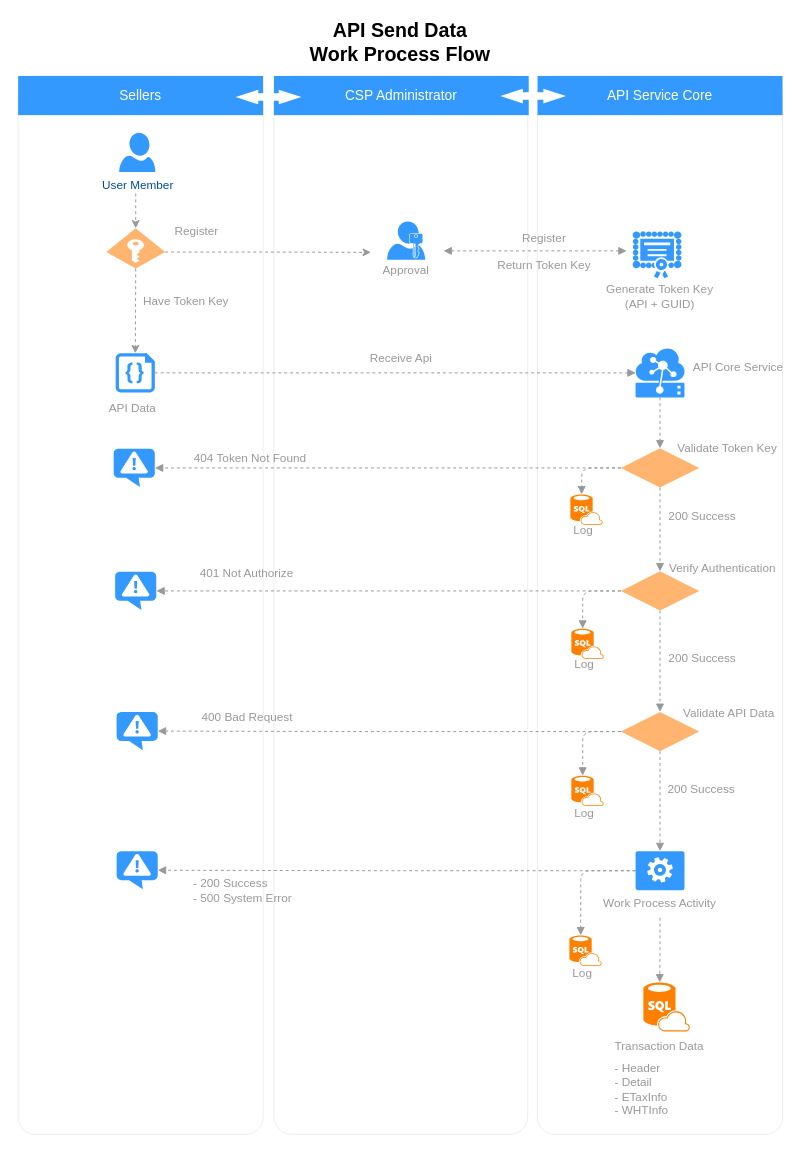
nirawat/eTax keeps this draw.io diagram as API Send Workflow.drawio. Above is the earlier version. Source tidied: cells renumbered, new cells numbered last; positions are measured from the earlier drawing's top-left corner, leaving out a move shared by most shapes. Both pictures are drawn from the tidied source at 98%, with x=0, y=0 at pixel (18, 17).
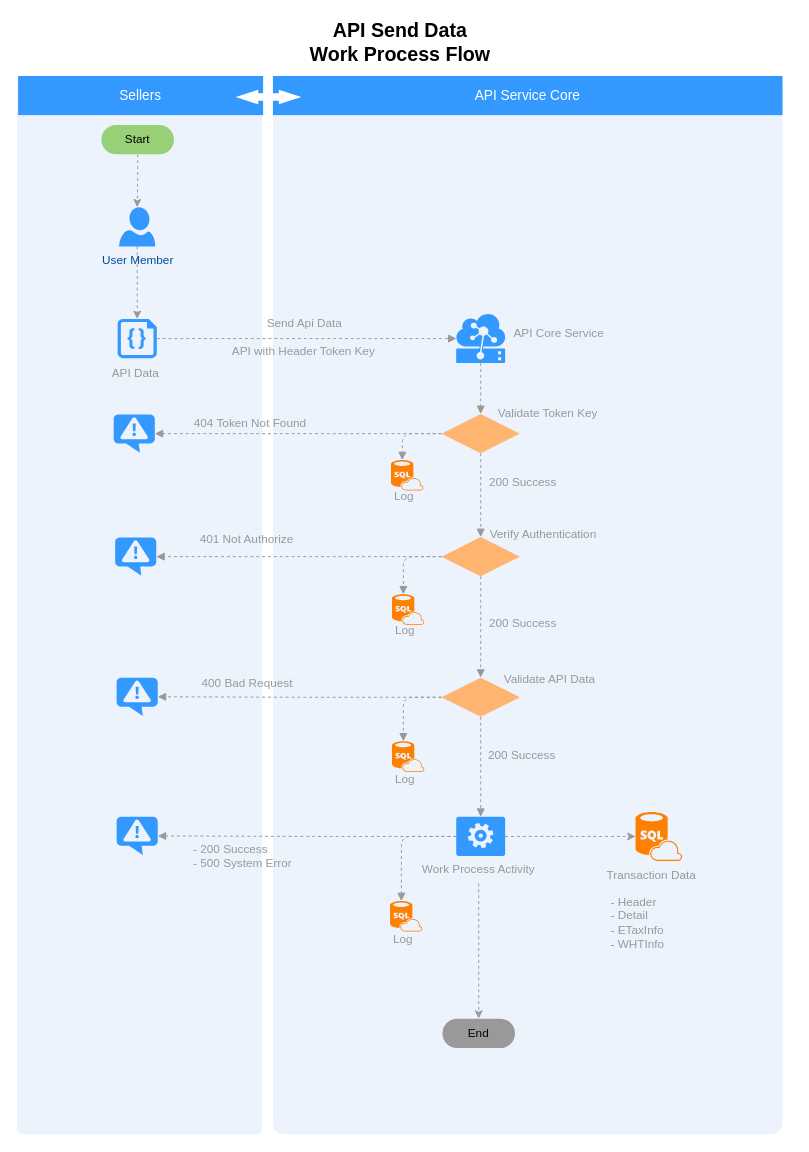
Above is the later version.

Change to the diagram source:
```diff
@@
-    <mxCell id="2" style="rounded=1;whiteSpace=wrap;html=1;strokeColor=#E6E6E6;strokeWidth=1;fillColor=#FFFFFF;fontFamily=Helvetica;fontSize=14;fontColor=#FFB366;opacity=75;verticalAlign=top;fontStyle=1;arcSize=7;" parent="1" vertex="1">
-      <mxGeometry x="530" y="60" width="250" height="1080" as="geometry" />
-    </mxCell>
-    <mxCell id="3" style="rounded=1;whiteSpace=wrap;html=1;strokeColor=#E6E6E6;strokeWidth=1;fillColor=#FFFFFF;fontFamily=Helvetica;fontSize=14;fontColor=#FFB366;opacity=75;verticalAlign=top;fontStyle=1;arcSize=7;" parent="1" vertex="1">
-      <mxGeometry x="261" y="60" width="259" height="1080" as="geometry" />
-    </mxCell>
-    <mxCell id="4" style="rounded=1;whiteSpace=wrap;html=1;strokeColor=#E6E6E6;strokeWidth=1;fillColor=#FFFFFF;fontFamily=Helvetica;fontSize=14;fontColor=#FFB366;opacity=75;verticalAlign=top;fontStyle=1;arcSize=7;" parent="1" vertex="1">
-      <mxGeometry y="60" width="250" height="1080" as="geometry" />
-    </mxCell>
+    <mxCell id="84" style="rounded=1;whiteSpace=wrap;html=1;strokeColor=none;strokeWidth=1;fillColor=#dae8fc;fontSize=12;align=center;arcSize=2;opacity=50;" parent="1" vertex="1">
+      <mxGeometry x="-1" y="60" width="250" height="1080" as="geometry" />
+    </mxCell>
+    <mxCell id="85" style="rounded=1;whiteSpace=wrap;html=1;strokeColor=none;strokeWidth=1;fillColor=#dae8fc;fontSize=12;align=center;arcSize=2;opacity=50;" parent="1" vertex="1">
+      <mxGeometry x="260" y="60" width="520" height="1080" as="geometry" />
+    </mxCell>
@@
-    <mxCell id="6" value="CSP Administrator" style="whiteSpace=wrap;html=1;dashed=1;strokeColor=none;strokeWidth=2;fillColor=#3399FF;fontFamily=Helvetica;fontSize=14;fontColor=#FFFFFF;fontStyle=0;" parent="1" vertex="1">
-      <mxGeometry x="261" y="60" width="260" height="40" as="geometry" />
-    </mxCell>
     <mxCell id="7" value="API Service Core" style="whiteSpace=wrap;html=1;dashed=1;strokeColor=none;strokeWidth=2;fillColor=#3399FF;fontFamily=Helvetica;fontSize=14;fontColor=#FFFFFF;fontStyle=0;" parent="1" vertex="1">
-      <mxGeometry x="530" y="60" width="250" height="40" as="geometry" />
+      <mxGeometry x="260" y="60" width="520" height="40" as="geometry" />
     </mxCell>
-    <mxCell id="8" style="shape=mxgraph.arrows.two_way_arrow_horizontal;html=1;verticalLabelPosition=bottom;verticalAlign=top;strokeWidth=2;strokeColor=none;dashed=1;fillColor=#FFFFFF;fontFamily=Verdana;fontSize=12;fontColor=#00BEF2;" parent="1" vertex="1">
-      <mxGeometry x="492" y="73" width="67" height="15" as="geometry" />
-    </mxCell>
+    <mxCell id="86" style="edgeStyle=orthogonalEdgeStyle;rounded=0;jettySize=auto;html=1;dashed=1;strokeColor=#999999;fontColor=#FF0000;entryX=0.5;entryY=0;entryDx=0;entryDy=0;entryPerimeter=0;" parent="1" edge="1" source="9" target="28">
+      <mxGeometry relative="1" as="geometry" />
+    </mxCell>
     <mxCell id="9" value="User Member" style="verticalLabelPosition=bottom;html=1;verticalAlign=top;strokeColor=none;fillColor=#3399FF;shape=mxgraph.azure.user;dashed=1;fontSize=12;fontColor=#004C99;" parent="1" vertex="1">
-      <mxGeometry x="103" y="118" width="37" height="40" as="geometry" />
+      <mxGeometry x="103" y="194" width="37" height="40" as="geometry" />
     </mxCell>
@@
-    <mxCell id="12" style="edgeStyle=orthogonalEdgeStyle;rounded=0;jettySize=auto;html=1;exitX=1;exitY=0.59;exitDx=0;exitDy=0;exitPerimeter=0;fontSize=14;strokeColor=#999999;dashed=1;" parent="1" edge="1" source="13">
-      <mxGeometry relative="1" as="geometry">
-        <mxPoint x="360" y="240" as="targetPoint" />
-      </mxGeometry>
-    </mxCell>
-    <mxCell id="13" style="shadow=0;dashed=0;html=1;strokeColor=none;fillColor=#FFB570;labelPosition=center;verticalLabelPosition=bottom;verticalAlign=top;align=center;shape=mxgraph.azure.access_control;fontSize=14;" parent="1" vertex="1">
-      <mxGeometry x="90" y="215.5" width="60" height="41" as="geometry" />
-    </mxCell>
-    <mxCell id="14" style="group;" parent="1" vertex="1">
-      <mxGeometry x="336" y="208.5" width="120" height="60.5" as="geometry" />
-    </mxCell>
-    <mxCell id="15" style="shadow=0;dashed=0;html=1;strokeColor=none;labelPosition=center;verticalLabelPosition=bottom;verticalAlign=top;align=center;shape=mxgraph.mscae.enterprise.user_permissions;fillColor=#3399FF;fontSize=14;" parent="14" vertex="1">
-      <mxGeometry x="40.5" width="39" height="39" as="geometry" />
-    </mxCell>
-    <mxCell id="16" value="&lt;font color=&quot;#999999&quot; style=&quot;font-size: 12px&quot;&gt;Approval&lt;/font&gt;" style="text;html=1;strokeColor=none;fillColor=none;align=center;verticalAlign=middle;whiteSpace=wrap;rounded=0;fontSize=12;" parent="14" vertex="1">
-      <mxGeometry y="40.5" width="120" height="20" as="geometry" />
-    </mxCell>
-    <mxCell id="17" style="edgeStyle=orthogonalEdgeStyle;rounded=0;orthogonalLoop=1;jettySize=auto;html=1;entryX=0;entryY=0.45;entryDx=0;entryDy=0;entryPerimeter=0;strokeColor=#999999;fontSize=14;endArrow=block;endFill=1;startArrow=block;startFill=1;dashed=1;" parent="1" edge="1">
-      <mxGeometry relative="1" as="geometry">
-        <mxPoint x="434" y="238.5" as="sourcePoint" />
-        <mxPoint x="621" y="238.5" as="targetPoint" />
-      </mxGeometry>
-    </mxCell>
-    <mxCell id="18" value="Return Token Key" style="text;html=1;strokeColor=none;fillColor=none;align=center;verticalAlign=middle;whiteSpace=wrap;rounded=0;fontSize=12;fontColor=#999999;" parent="1" vertex="1">
-      <mxGeometry x="480" y="242.5" width="114" height="20" as="geometry" />
-    </mxCell>
-    <mxCell id="19" value="Register" style="text;html=1;strokeColor=none;fillColor=none;align=center;verticalAlign=middle;whiteSpace=wrap;rounded=0;fontSize=12;fontColor=#999999;" parent="1" vertex="1">
-      <mxGeometry x="480" y="215.5" width="114" height="20" as="geometry" />
-    </mxCell>
-    <mxCell id="20" style="group;" parent="1" vertex="1">
-      <mxGeometry x="598" y="218.5" width="114" height="81" as="geometry" />
-    </mxCell>
-    <mxCell id="21" style="shadow=0;dashed=0;html=1;strokeColor=none;labelPosition=center;verticalLabelPosition=bottom;verticalAlign=top;align=center;shape=mxgraph.mscae.intune.inventory_license;fillColor=#3399FF;fontSize=14;" parent="20" vertex="1">
-      <mxGeometry x="29" width="50" height="48" as="geometry" />
-    </mxCell>
-    <mxCell id="22" value="Generate Token Key&lt;br&gt;(API + GUID)&lt;br&gt;" style="text;html=1;strokeColor=none;fillColor=none;align=center;verticalAlign=middle;whiteSpace=wrap;rounded=0;fontSize=12;fontColor=#999999;" parent="20" vertex="1">
-      <mxGeometry y="51" width="114" height="30" as="geometry" />
-    </mxCell>
-    <mxCell id="23" value="Register" style="text;html=1;strokeColor=none;fillColor=none;align=left;verticalAlign=middle;whiteSpace=wrap;rounded=0;fontSize=12;fontColor=#999999;" parent="1" vertex="1">
-      <mxGeometry x="157.5" y="208.5" width="114" height="20" as="geometry" />
-    </mxCell>
-    <mxCell id="24" style="endArrow=classic;html=1;strokeColor=#999999;fontSize=12;fontColor=#999999;entryX=0.5;entryY=0;entryDx=0;entryDy=0;entryPerimeter=0;dashed=1;" parent="1" edge="1" target="13">
-      <mxGeometry relative="1" as="geometry">
-        <mxPoint x="120" y="180" as="sourcePoint" />
-      </mxGeometry>
-    </mxCell>
-    <mxCell id="25" style="endArrow=classic;html=1;strokeColor=#999999;fontSize=12;fontColor=#999999;exitX=0.5;exitY=1;exitDx=0;exitDy=0;exitPerimeter=0;dashed=1;" parent="1" edge="1" source="13" target="28">
-      <mxGeometry relative="1" as="geometry" />
-    </mxCell>
     <mxCell id="26" style="group;" parent="1" vertex="1">
-      <mxGeometry x="86.5" y="323" width="67" height="86" as="geometry" />
+      <mxGeometry x="86.5" y="288" width="67" height="86" as="geometry" />
     </mxCell>
     <mxCell id="27" value="API Data" style="text;html=1;strokeColor=none;fillColor=none;align=left;verticalAlign=middle;whiteSpace=wrap;rounded=0;fontSize=12;fontColor=#999999;rotation=0;" parent="26" vertex="1">
-      <mxGeometry x="4" y="66" width="67" height="20" as="geometry" />
+      <mxGeometry x="7" y="66" width="67" height="20" as="geometry" />
     </mxCell>
     <mxCell id="28" style="verticalLabelPosition=bottom;html=1;verticalAlign=top;align=center;strokeColor=none;fillColor=#3399FF;shape=mxgraph.azure.code_file;fontSize=12;fontColor=#999999;" parent="26" vertex="1">
-      <mxGeometry x="13" y="20" width="40" height="40" as="geometry" />
+      <mxGeometry x="15" y="20" width="40" height="40" as="geometry" />
     </mxCell>
@@
     <mxCell id="30" style="shadow=0;dashed=0;html=1;strokeColor=none;labelPosition=center;verticalLabelPosition=bottom;verticalAlign=top;align=center;shape=mxgraph.mscae.cloud.iot_edge;fillColor=#3399FF;fontSize=12;fontColor=#999999;" parent="1" vertex="1">
-      <mxGeometry x="630" y="338" width="50" height="50" as="geometry" />
+      <mxGeometry x="447" y="303" width="50" height="50" as="geometry" />
     </mxCell>
@@
-    <mxCell id="32" value="Receive Api" style="text;html=1;strokeColor=none;fillColor=none;align=center;verticalAlign=middle;whiteSpace=wrap;rounded=0;fontSize=12;fontColor=#999999;" parent="1" vertex="1">
-      <mxGeometry x="333.5" y="338" width="114" height="20" as="geometry" />
+    <mxCell id="32" value="Send Api Data" style="text;html=1;strokeColor=none;fillColor=none;align=center;verticalAlign=middle;whiteSpace=wrap;rounded=0;fontSize=12;fontColor=#999999;" parent="1" vertex="1">
+      <mxGeometry x="165" y="303" width="255" height="20" as="geometry" />
     </mxCell>
@@
     <mxCell id="36" style="rhombus;whiteSpace=wrap;html=1;strokeColor=none;strokeWidth=1;fillColor=#FFB570;fontSize=12;fontColor=#999999;align=left;" parent="1" vertex="1">
-      <mxGeometry x="615" y="565.5" width="80" height="40" as="geometry" />
+      <mxGeometry x="432" y="530.5" width="80" height="40" as="geometry" />
     </mxCell>
     <mxCell id="37" value="401 Not Authorize" style="text;html=1;strokeColor=none;fillColor=none;align=center;verticalAlign=middle;whiteSpace=wrap;rounded=0;fontSize=12;fontColor=#999999;" parent="1" vertex="1">
-      <mxGeometry x="176" y="558" width="115" height="20" as="geometry" />
+      <mxGeometry x="176" y="523" width="115" height="20" as="geometry" />
     </mxCell>
     <mxCell id="38" value="200 Success" style="text;html=1;strokeColor=none;fillColor=none;align=left;verticalAlign=middle;whiteSpace=wrap;rounded=0;fontSize=12;fontColor=#999999;" parent="1" vertex="1">
-      <mxGeometry x="662" y="643.5" width="89" height="20" as="geometry" />
+      <mxGeometry x="479" y="608.5" width="89" height="20" as="geometry" />
     </mxCell>
     <mxCell id="39" value="Verify Authentication" style="text;html=1;strokeColor=none;fillColor=none;align=center;verticalAlign=middle;whiteSpace=wrap;rounded=0;fontSize=12;fontColor=#999999;" parent="1" vertex="1">
-      <mxGeometry x="662" y="548" width="114" height="29" as="geometry" />
+      <mxGeometry x="479" y="513" width="114" height="29" as="geometry" />
     </mxCell>
     <mxCell id="40" value="Validate API Data" style="text;html=1;strokeColor=none;fillColor=none;align=left;verticalAlign=middle;whiteSpace=wrap;rounded=0;fontSize=12;fontColor=#999999;" parent="1" vertex="1">
-      <mxGeometry x="677" y="696.5" width="103" height="29" as="geometry" />
+      <mxGeometry x="494" y="661.5" width="103" height="29" as="geometry" />
     </mxCell>
@@
     <mxCell id="44" style="rhombus;whiteSpace=wrap;html=1;strokeColor=none;strokeWidth=1;fillColor=#FFB570;fontSize=12;fontColor=#999999;align=left;" parent="1" vertex="1">
-      <mxGeometry x="615" y="709" width="80" height="40" as="geometry" />
+      <mxGeometry x="432" y="674" width="80" height="40" as="geometry" />
     </mxCell>
     <mxCell id="45" value="400 Bad Request" style="text;html=1;strokeColor=none;fillColor=none;align=center;verticalAlign=middle;whiteSpace=wrap;rounded=0;fontSize=12;fontColor=#999999;" parent="1" vertex="1">
-      <mxGeometry x="177" y="705" width="114" height="20" as="geometry" />
+      <mxGeometry x="177" y="670" width="114" height="20" as="geometry" />
     </mxCell>
     <mxCell id="46" value="200 Success" style="text;html=1;strokeColor=none;fillColor=none;align=left;verticalAlign=middle;whiteSpace=wrap;rounded=0;fontSize=12;fontColor=#999999;" parent="1" vertex="1">
-      <mxGeometry x="661" y="778" width="89" height="20" as="geometry" />
+      <mxGeometry x="478" y="743" width="89" height="20" as="geometry" />
     </mxCell>
     <mxCell id="47" style="verticalLabelPosition=bottom;html=1;verticalAlign=top;align=center;strokeColor=none;fillColor=#3399FF;shape=mxgraph.azure.notification_topic;fontSize=12;fontColor=#999999;" parent="1" vertex="1">
-      <mxGeometry x="99" y="566" width="42" height="39" as="geometry" />
+      <mxGeometry x="99" y="531" width="42" height="39" as="geometry" />
     </mxCell>
     <mxCell id="48" style="verticalLabelPosition=bottom;html=1;verticalAlign=top;align=center;strokeColor=none;fillColor=#3399FF;shape=mxgraph.azure.notification_topic;fontSize=12;fontColor=#999999;" parent="1" vertex="1">
-      <mxGeometry x="100.5" y="709" width="42" height="39" as="geometry" />
+      <mxGeometry x="100.5" y="674" width="42" height="39" as="geometry" />
     </mxCell>
-    <mxCell id="49" style="group;" parent="1" vertex="1">
-      <mxGeometry x="540" y="849" width="230" height="70" as="geometry" />
-    </mxCell>
-    <mxCell id="50" style="verticalLabelPosition=bottom;html=1;verticalAlign=top;align=center;strokeColor=none;fillColor=#3399FF;shape=mxgraph.azure.worker_role;fontSize=12;fontColor=#999999;" parent="49" vertex="1">
-      <mxGeometry x="90" y="2" width="50" height="40" as="geometry" />
-    </mxCell>
-    <mxCell id="51" value="Work Process Activity" style="text;html=1;strokeColor=none;fillColor=none;align=center;verticalAlign=middle;whiteSpace=wrap;rounded=0;fontSize=12;fontColor=#999999;" parent="49" vertex="1">
-      <mxGeometry y="41" width="230" height="29" as="geometry" />
-    </mxCell>
-    <mxCell id="52" style="group;" parent="1" vertex="1">
-      <mxGeometry x="607" y="985" width="108" height="139" as="geometry" />
-    </mxCell>
-    <mxCell id="53" style="group;" parent="52" vertex="1">
-      <mxGeometry width="108" height="79" as="geometry" />
-    </mxCell>
-    <mxCell id="54" value="Transaction Data" style="text;html=1;strokeColor=none;fillColor=none;align=left;verticalAlign=middle;whiteSpace=wrap;rounded=0;fontSize=12;fontColor=#999999;" parent="53" vertex="1">
-      <mxGeometry y="50" width="108" height="29" as="geometry" />
-    </mxCell>
-    <mxCell id="55" style="verticalLabelPosition=bottom;html=1;verticalAlign=top;align=center;strokeColor=none;fillColor=#FF8000;shape=mxgraph.azure.sql_database_sql_azure;fontSize=12;fontColor=#999999;" parent="53" vertex="1">
-      <mxGeometry x="31" width="47.5" height="50" as="geometry" />
-    </mxCell>
-    <mxCell id="56" value="- Header&lt;br&gt;- Detail&lt;br&gt;- ETaxInfo&lt;br&gt;- WHTInfo&lt;br&gt;" style="text;html=1;strokeColor=none;fillColor=none;align=left;verticalAlign=middle;whiteSpace=wrap;rounded=0;fontSize=12;fontColor=#999999;" parent="52" vertex="1">
-      <mxGeometry y="79" width="103" height="60" as="geometry" />
-    </mxCell>
     <mxCell id="57" style="group;" parent="1" vertex="1">
-      <mxGeometry x="556" y="597" width="40" height="53.5" as="geometry" />
+      <mxGeometry x="373" y="562" width="40" height="53.5" as="geometry" />
     </mxCell>
@@
     <mxCell id="60" style="group;" parent="1" vertex="1">
-      <mxGeometry x="557.5" y="774" width="40" height="53.5" as="geometry" />
+      <mxGeometry x="374.5" y="739" width="40" height="53.5" as="geometry" />
     </mxCell>
@@
-    <mxCell id="63" style="edgeStyle=orthogonalEdgeStyle;rounded=1;jettySize=auto;html=1;exitX=0.5;exitY=1;exitDx=0;exitDy=0;entryX=0.35;entryY=0;entryDx=0;entryDy=0;entryPerimeter=0;dashed=1;startArrow=none;startFill=0;endArrow=block;endFill=1;strokeColor=#999999;fontSize=12;fontColor=#999999;" parent="1" edge="1" source="51" target="55">
-      <mxGeometry relative="1" as="geometry" />
-    </mxCell>
     <mxCell id="64" style="verticalLabelPosition=bottom;html=1;verticalAlign=top;align=center;strokeColor=none;fillColor=#3399FF;shape=mxgraph.azure.notification_topic;fontSize=12;fontColor=#999999;" parent="1" vertex="1">
-      <mxGeometry x="100.5" y="851" width="42" height="39" as="geometry" />
+      <mxGeometry x="100.5" y="816" width="42" height="39" as="geometry" />
     </mxCell>
@@
     <mxCell id="66" style="group;" parent="1" vertex="1">
-      <mxGeometry x="567.5" y="768" width="40" height="53.5" as="geometry" />
+      <mxGeometry x="384.5" y="733" width="40" height="53.5" as="geometry" />
     </mxCell>
@@
     <mxCell id="70" value="- 200 Success&lt;br&gt;- 500 System Error&lt;br&gt;" style="text;html=1;strokeColor=none;fillColor=none;align=left;verticalAlign=middle;whiteSpace=wrap;rounded=0;fontSize=12;fontColor=#999999;" parent="1" vertex="1">
-      <mxGeometry x="177" y="872" width="126" height="38" as="geometry" />
+      <mxGeometry x="177" y="837" width="126" height="38" as="geometry" />
     </mxCell>
     <mxCell id="71" value="API Core Service" style="text;html=1;strokeColor=none;fillColor=none;align=center;verticalAlign=middle;whiteSpace=wrap;rounded=0;fontSize=12;fontColor=#999999;" parent="1" vertex="1">
-      <mxGeometry x="680" y="343" width="110" height="29" as="geometry" />
+      <mxGeometry x="497" y="308" width="110" height="29" as="geometry" />
     </mxCell>
@@
     <mxCell id="75" style="rhombus;whiteSpace=wrap;html=1;strokeColor=none;strokeWidth=1;fillColor=#FFB570;fontSize=12;fontColor=#999999;align=left;" parent="1" vertex="1">
-      <mxGeometry x="615" y="440" width="80" height="40" as="geometry" />
+      <mxGeometry x="432" y="405" width="80" height="40" as="geometry" />
     </mxCell>
     <mxCell id="76" value="200 Success" style="text;html=1;strokeColor=none;fillColor=none;align=left;verticalAlign=middle;whiteSpace=wrap;rounded=0;fontSize=12;fontColor=#999999;" parent="1" vertex="1">
-      <mxGeometry x="662" y="499.5" width="89" height="20" as="geometry" />
+      <mxGeometry x="479" y="464.5" width="89" height="20" as="geometry" />
     </mxCell>
     <mxCell id="77" value="Validate Token Key" style="text;html=1;strokeColor=none;fillColor=none;align=left;verticalAlign=middle;whiteSpace=wrap;rounded=0;fontSize=12;fontColor=#999999;" parent="1" vertex="1">
-      <mxGeometry x="671" y="430" width="110" height="20" as="geometry" />
+      <mxGeometry x="488" y="395" width="110" height="20" as="geometry" />
     </mxCell>
     <mxCell id="78" style="verticalLabelPosition=bottom;html=1;verticalAlign=top;align=center;strokeColor=none;fillColor=#3399FF;shape=mxgraph.azure.notification_topic;fontSize=12;fontColor=#999999;" parent="1" vertex="1">
-      <mxGeometry x="97.5" y="440.5" width="42" height="39" as="geometry" />
+      <mxGeometry x="97.5" y="405.5" width="42" height="39" as="geometry" />
     </mxCell>
     <mxCell id="79" value="404 Token Not Found" style="text;html=1;strokeColor=none;fillColor=none;align=center;verticalAlign=middle;whiteSpace=wrap;rounded=0;fontSize=12;fontColor=#999999;" parent="1" vertex="1">
-      <mxGeometry x="174" y="440" width="126" height="20" as="geometry" />
+      <mxGeometry x="174" y="405" width="126" height="20" as="geometry" />
     </mxCell>
     <mxCell id="80" style="group;" parent="1" vertex="1">
-      <mxGeometry x="555" y="460" width="40" height="53.5" as="geometry" />
+      <mxGeometry x="372" y="425" width="40" height="53.5" as="geometry" />
     </mxCell>
@@
-    <mxCell id="83" value="Have Token Key" style="text;html=1;strokeColor=none;fillColor=none;align=left;verticalAlign=middle;whiteSpace=wrap;rounded=0;fontSize=12;fontColor=#999999;" parent="1" vertex="1">
-      <mxGeometry x="126" y="280" width="114" height="20" as="geometry" />
-    </mxCell>
+    <mxCell id="87" style="edgeStyle=orthogonalEdgeStyle;rounded=0;jettySize=auto;html=1;exitX=0.5;exitY=1;exitDx=0;exitDy=0;entryX=0.5;entryY=0;entryDx=0;entryDy=0;entryPerimeter=0;dashed=1;strokeColor=#999999;fontColor=#FF0000;" parent="1" edge="1" source="88" target="9">
+      <mxGeometry relative="1" as="geometry" />
+    </mxCell>
+    <mxCell id="88" value="Start" style="rounded=1;whiteSpace=wrap;html=1;fontColor=#000000;align=center;arcSize=50;labelBackgroundColor=none;fillColor=#97D077;strokeColor=none;" parent="1" vertex="1">
+      <mxGeometry x="85" y="110" width="74" height="30" as="geometry" />
+    </mxCell>
+    <mxCell id="89" style="group;" parent="1" vertex="1">
+      <mxGeometry x="400" y="816" width="140" height="68" as="geometry" />
+    </mxCell>
+    <mxCell id="50" style="verticalLabelPosition=bottom;html=1;verticalAlign=top;align=center;strokeColor=none;fillColor=#3399FF;shape=mxgraph.azure.worker_role;fontSize=12;fontColor=#999999;" parent="89" vertex="1">
+      <mxGeometry x="47" width="50" height="40" as="geometry" />
+    </mxCell>
+    <mxCell id="51" value="Work Process Activity" style="text;html=1;strokeColor=none;fillColor=none;align=center;verticalAlign=middle;whiteSpace=wrap;rounded=0;fontSize=12;fontColor=#999999;" parent="89" vertex="1">
+      <mxGeometry y="39" width="140" height="29" as="geometry" />
+    </mxCell>
+    <mxCell id="90" style="edgeStyle=orthogonalEdgeStyle;rounded=0;jettySize=auto;html=1;exitX=1;exitY=0.5;exitDx=0;exitDy=0;exitPerimeter=0;entryX=0;entryY=0.5;entryDx=0;entryDy=0;entryPerimeter=0;dashed=1;strokeColor=#999999;fontColor=#FF0000;" parent="1" edge="1" source="50" target="55">
+      <mxGeometry relative="1" as="geometry" />
+    </mxCell>
+    <mxCell id="91" style="group;" parent="1" vertex="1">
+      <mxGeometry x="599" y="811" width="108" height="142.5" as="geometry" />
+    </mxCell>
+    <mxCell id="56" value="- Header&lt;br&gt;- Detail&lt;br&gt;- ETaxInfo&lt;br&gt;- WHTInfo&lt;br&gt;" style="text;html=1;strokeColor=none;fillColor=none;align=left;verticalAlign=middle;whiteSpace=wrap;rounded=0;fontSize=12;fontColor=#999999;" parent="91" vertex="1">
+      <mxGeometry x="3.5" y="82.5" width="103" height="60" as="geometry" />
+    </mxCell>
+    <mxCell id="92" style="group;" parent="91" vertex="1">
+      <mxGeometry width="108" height="79" as="geometry" />
+    </mxCell>
+    <mxCell id="53" style="group;" parent="92" vertex="1">
+      <mxGeometry width="108" height="79" as="geometry" />
+    </mxCell>
+    <mxCell id="54" value="Transaction Data" style="text;html=1;strokeColor=none;fillColor=none;align=left;verticalAlign=middle;whiteSpace=wrap;rounded=0;fontSize=12;fontColor=#999999;" parent="53" vertex="1">
+      <mxGeometry y="50" width="108" height="29" as="geometry" />
+    </mxCell>
+    <mxCell id="55" style="verticalLabelPosition=bottom;html=1;verticalAlign=top;align=center;strokeColor=none;fillColor=#FF8000;shape=mxgraph.azure.sql_database_sql_azure;fontSize=12;fontColor=#999999;" parent="53" vertex="1">
+      <mxGeometry x="31" width="47.5" height="50" as="geometry" />
+    </mxCell>
+    <mxCell id="93" value="End" style="rounded=1;whiteSpace=wrap;html=1;fontColor=#000000;align=center;arcSize=50;labelBackgroundColor=none;fillColor=#999999;strokeColor=none;" parent="1" vertex="1">
+      <mxGeometry x="433" y="1022" width="74" height="30" as="geometry" />
+    </mxCell>
+    <mxCell id="94" style="edgeStyle=orthogonalEdgeStyle;rounded=0;jettySize=auto;html=1;exitX=0.5;exitY=1;exitDx=0;exitDy=0;entryX=0.5;entryY=0;entryDx=0;entryDy=0;dashed=1;strokeColor=#999999;fontColor=#FF0000;" parent="1" edge="1" source="51" target="93">
+      <mxGeometry relative="1" as="geometry" />
+    </mxCell>
+    <mxCell id="95" value="API with Header Token Key" style="text;html=1;strokeColor=none;fillColor=none;align=center;verticalAlign=middle;whiteSpace=wrap;rounded=0;fontSize=12;fontColor=#999999;" parent="1" vertex="1">
+      <mxGeometry x="163.5" y="331" width="255" height="20" as="geometry" />
+    </mxCell>
```
